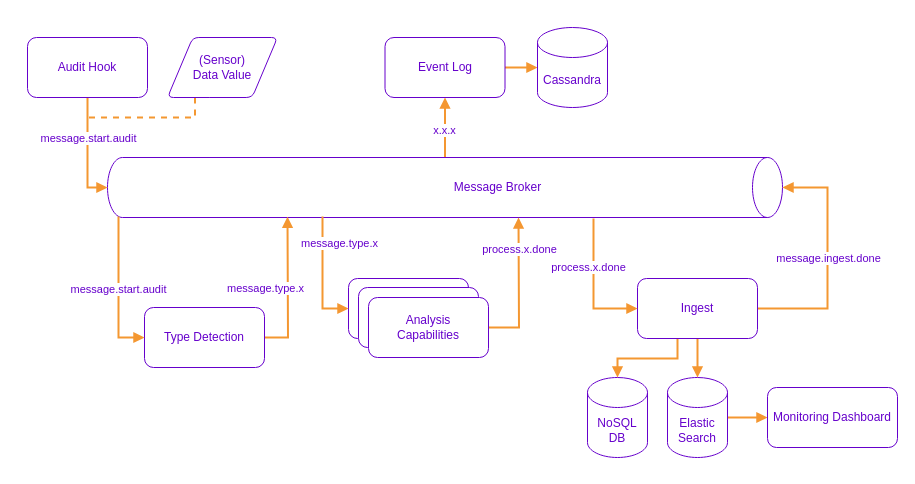
Above: page "Page-2" (2 of 2) of rabbit_connections.drawio in gullskatten/BPMN-models (draw.io), before the change. Source tidied: cells renumbered, new cells numbered last; positions are measured from the earlier drawing's top-left corner, leaving out a move shared by most shapes. Both pictures are drawn from the tidied source at 100%, with x=0, y=0 at pixel (27, -151).
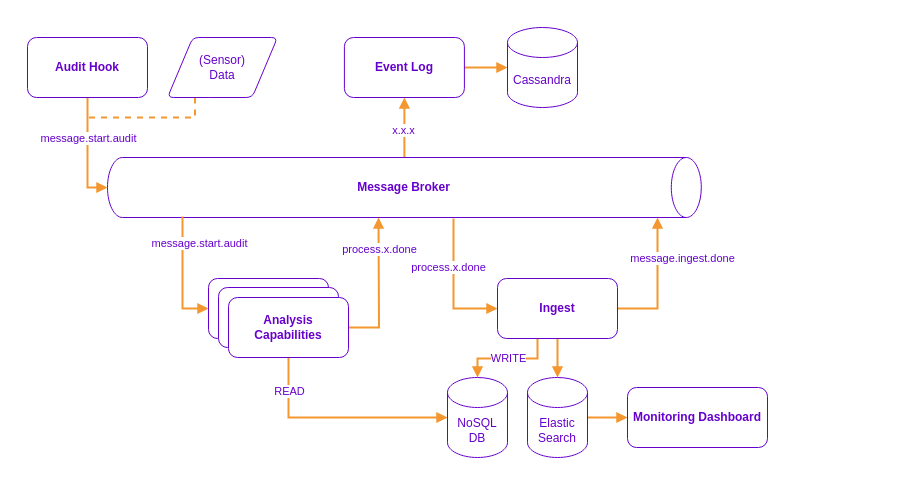
Above is the later version.

The edit, as a diff of the source:
```diff
@@
     <mxCell id="2" style="rounded=0;whiteSpace=wrap;html=1;fontColor=#6600CC;strokeColor=none;fillColor=#FFFFFF;" parent="1" vertex="1">
-      <mxGeometry y="168" width="870" height="450" as="geometry" />
+      <mxGeometry x="-10" y="168" width="750" height="450" as="geometry" />
     </mxCell>
@@
     <mxCell id="5" style="shape=cylinder3;whiteSpace=wrap;html=1;boundedLbl=1;backgroundOutline=1;size=15;fontColor=#663300;strokeColor=#6600CC;rotation=90;fillColor=#FFFFFF;" parent="1" vertex="1">
-      <mxGeometry x="387.5" y="0.5" width="60" height="675" as="geometry" />
+      <mxGeometry x="346.9" y="41.1" width="60" height="593.8" as="geometry" />
     </mxCell>
-    <mxCell id="6" value="&lt;font color=&quot;#6600cc&quot;&gt;Message Broker&lt;/font&gt;" style="text;html=1;strokeColor=none;fillColor=none;align=center;verticalAlign=middle;whiteSpace=wrap;rounded=0;fontColor=#663300;" parent="1" vertex="1">
-      <mxGeometry x="367.5" y="323" width="205" height="30" as="geometry" />
+    <mxCell id="6" value="&lt;font color=&quot;#6600cc&quot;&gt;Message Broker&lt;/font&gt;" style="text;html=1;strokeColor=none;fillColor=none;align=center;verticalAlign=middle;whiteSpace=wrap;rounded=0;fontColor=#663300;fontStyle=1;" parent="1" vertex="1">
+      <mxGeometry x="274.4" y="323" width="205" height="30" as="geometry" />
     </mxCell>
-    <mxCell id="7" style="edgeStyle=orthogonalEdgeStyle;rounded=0;jettySize=auto;html=1;entryX=0.988;entryY=0.678;entryDx=0;entryDy=0;entryPerimeter=0;fontColor=#6600CC;endArrow=block;endFill=1;strokeColor=#F49731;strokeWidth=2;exitX=1;exitY=0.5;exitDx=0;exitDy=0;" parent="1" edge="1" source="9">
-      <mxGeometry relative="1" as="geometry">
-        <mxPoint x="260" y="367.3" as="targetPoint" />
-      </mxGeometry>
-    </mxCell>
-    <mxCell id="8" value="message.type.x" style="edgeLabel;html=1;align=center;verticalAlign=middle;fontColor=#6600CC;" parent="7" vertex="1">
-      <mxGeometry x="0.24" y="-1" relative="1" as="geometry">
-        <mxPoint x="-24" y="16" as="offset" />
-      </mxGeometry>
-    </mxCell>
-    <mxCell id="9" value="&lt;font color=&quot;#6600cc&quot;&gt;Type Detection&lt;/font&gt;" style="rounded=1;whiteSpace=wrap;html=1;fontColor=#663300;strokeColor=#6600CC;fillColor=#FFFFFF;" parent="1" vertex="1">
-      <mxGeometry x="117" y="458" width="120" height="60" as="geometry" />
-    </mxCell>
-    <mxCell id="10" style="endArrow=block;html=1;rounded=0;fontColor=#6600CC;strokeColor=#F49731;strokeWidth=2;endFill=1;entryX=0;entryY=0.5;entryDx=0;entryDy=0;edgeStyle=orthogonalEdgeStyle;" parent="1" edge="1" target="9">
-      <mxGeometry relative="1" as="geometry">
-        <mxPoint x="91" y="367" as="sourcePoint" />
-        <Array as="points">
-          <mxPoint x="91" y="367" />
-          <mxPoint x="91" y="458" />
-        </Array>
-      </mxGeometry>
-    </mxCell>
-    <mxCell id="11" value="message.start.audit" style="edgeLabel;html=1;align=center;verticalAlign=middle;fontColor=#6600CC;" parent="10" vertex="1">
-      <mxGeometry x="-0.38" y="-1" relative="1" as="geometry">
-        <mxPoint y="26" as="offset" />
-      </mxGeometry>
-    </mxCell>
     <mxCell id="12" style="rounded=1;whiteSpace=wrap;html=1;fontColor=#663300;strokeColor=#6600CC;fillColor=#FFFFFF;" parent="1" vertex="1">
-      <mxGeometry x="321" y="429" width="120" height="60" as="geometry" />
+      <mxGeometry x="181" y="429" width="120" height="60" as="geometry" />
     </mxCell>
     <mxCell id="13" style="rounded=1;whiteSpace=wrap;html=1;fontColor=#663300;strokeColor=#6600CC;fillColor=#FFFFFF;" parent="1" vertex="1">
-      <mxGeometry x="331" y="438" width="120" height="60" as="geometry" />
+      <mxGeometry x="191" y="438" width="120" height="60" as="geometry" />
     </mxCell>
     <mxCell id="14" style="edgeStyle=orthogonalEdgeStyle;rounded=0;jettySize=auto;html=1;fontColor=#6600CC;endArrow=block;endFill=1;strokeColor=#F49731;strokeWidth=2;" parent="1" edge="1" source="16">
       <mxGeometry relative="1" as="geometry">
-        <mxPoint x="491" y="368" as="targetPoint" />
+        <mxPoint x="351" y="368" as="targetPoint" />
       </mxGeometry>
     </mxCell>
@@
+    <mxCell id="38" style="edgeStyle=orthogonalEdgeStyle;rounded=0;jettySize=auto;html=1;entryX=0;entryY=0.5;entryDx=0;entryDy=0;entryPerimeter=0;fontColor=#6600CC;endArrow=block;endFill=1;strokeColor=#F49731;strokeWidth=2;exitX=0.5;exitY=1;exitDx=0;exitDy=0;" parent="1" edge="1" source="16" target="37">
+      <mxGeometry relative="1" as="geometry" />
+    </mxCell>
+    <mxCell id="39" value="READ" style="edgeLabel;html=1;align=center;verticalAlign=middle;fontColor=#6600CC;" parent="38" vertex="1">
+      <mxGeometry x="-0.69" relative="1" as="geometry">
+        <mxPoint y="-1" as="offset" />
+      </mxGeometry>
+    </mxCell>
-    <mxCell id="16" value="&lt;font color=&quot;#6600cc&quot;&gt;Analysis&lt;br&gt;Capabilities&lt;/font&gt;" style="rounded=1;whiteSpace=wrap;html=1;fontColor=#663300;strokeColor=#6600CC;fillColor=#FFFFFF;" parent="1" vertex="1">
-      <mxGeometry x="341" y="448" width="120" height="60" as="geometry" />
+    <mxCell id="16" value="&lt;font color=&quot;#6600cc&quot;&gt;Analysis&lt;br&gt;Capabilities&lt;/font&gt;" style="rounded=1;whiteSpace=wrap;html=1;fontColor=#663300;strokeColor=#6600CC;fillColor=#FFFFFF;fontStyle=1;" parent="1" vertex="1">
+      <mxGeometry x="201" y="448" width="120" height="60" as="geometry" />
     </mxCell>
     <mxCell id="17" style="endArrow=block;html=1;rounded=0;fontColor=#6600CC;strokeColor=#F49731;strokeWidth=2;endFill=1;exitX=0.983;exitY=0.884;exitDx=0;exitDy=0;exitPerimeter=0;entryX=0;entryY=0.5;entryDx=0;entryDy=0;edgeStyle=orthogonalEdgeStyle;" parent="1" edge="1" target="12">
       <mxGeometry relative="1" as="geometry">
-        <mxPoint x="296" y="368" as="sourcePoint" />
+        <mxPoint x="156" y="368" as="sourcePoint" />
         <Array as="points">
-          <mxPoint x="295" y="368" />
-          <mxPoint x="295" y="459" />
+          <mxPoint x="155" y="368" />
+          <mxPoint x="155" y="459" />
         </Array>
       </mxGeometry>
     </mxCell>
-    <mxCell id="18" value="message.type.x" style="edgeLabel;html=1;align=center;verticalAlign=middle;fontColor=#6600CC;" parent="17" vertex="1">
+    <mxCell id="18" value="message.start.audit" style="edgeLabel;html=1;align=center;verticalAlign=middle;fontColor=#6600CC;" parent="17" vertex="1">
       <mxGeometry x="-0.3" y="1" relative="1" as="geometry">
         <mxPoint x="15" y="-15" as="offset" />
       </mxGeometry>
     </mxCell>
@@
-    <mxCell id="20" style="edgeStyle=orthogonalEdgeStyle;rounded=0;jettySize=auto;html=1;entryX=0.5;entryY=0;entryDx=0;entryDy=0;entryPerimeter=0;fontColor=#6600CC;endArrow=block;endFill=1;strokeColor=#F49731;strokeWidth=2;exitX=1;exitY=0.5;exitDx=0;exitDy=0;" parent="1" edge="1" source="23" target="5">
+    <mxCell id="20" style="edgeStyle=orthogonalEdgeStyle;rounded=0;jettySize=auto;html=1;fontColor=#6600CC;endArrow=block;endFill=1;strokeColor=#F49731;strokeWidth=2;exitX=1;exitY=0.5;exitDx=0;exitDy=0;" parent="1" edge="1" source="23">
       <mxGeometry relative="1" as="geometry">
+        <mxPoint x="630" y="368" as="targetPoint" />
         <Array as="points">
-          <mxPoint x="800" y="459" />
-          <mxPoint x="800" y="338" />
+          <mxPoint x="630" y="459" />
         </Array>
       </mxGeometry>
     </mxCell>
@@
     <mxCell id="22" style="edgeStyle=orthogonalEdgeStyle;rounded=0;jettySize=auto;html=1;entryX=0.5;entryY=0;entryDx=0;entryDy=0;entryPerimeter=0;fontColor=#6600CC;endArrow=block;endFill=1;strokeColor=#F49731;strokeWidth=2;" parent="1" edge="1" source="23" target="37">
       <mxGeometry relative="1" as="geometry">
         <Array as="points">
-          <mxPoint x="650" y="509" />
-          <mxPoint x="590" y="509" />
+          <mxPoint x="510" y="509" />
+          <mxPoint x="450" y="509" />
         </Array>
       </mxGeometry>
     </mxCell>
+    <mxCell id="40" value="WRITE" style="edgeLabel;html=1;align=center;verticalAlign=middle;fontColor=#6600CC;" parent="22" vertex="1">
+      <mxGeometry x="0.03" relative="1" as="geometry">
+        <mxPoint x="1" y="-1" as="offset" />
+      </mxGeometry>
+    </mxCell>
-    <mxCell id="23" value="&lt;font color=&quot;#6600cc&quot;&gt;Ingest&lt;/font&gt;" style="rounded=1;whiteSpace=wrap;html=1;fontColor=#663300;strokeColor=#6600CC;fillColor=#FFFFFF;" parent="1" vertex="1">
-      <mxGeometry x="610" y="429" width="120" height="60" as="geometry" />
+    <mxCell id="23" value="&lt;font color=&quot;#6600cc&quot;&gt;Ingest&lt;/font&gt;" style="rounded=1;whiteSpace=wrap;html=1;fontColor=#663300;strokeColor=#6600CC;fillColor=#FFFFFF;fontStyle=1;" parent="1" vertex="1">
+      <mxGeometry x="470" y="429" width="120" height="60" as="geometry" />
     </mxCell>
     <mxCell id="24" style="endArrow=block;html=1;rounded=0;fontColor=#6600CC;strokeColor=#F49731;strokeWidth=2;endFill=1;entryX=0;entryY=0.5;entryDx=0;entryDy=0;edgeStyle=orthogonalEdgeStyle;" parent="1" edge="1" target="23">
       <mxGeometry relative="1" as="geometry">
-        <mxPoint x="566" y="369" as="sourcePoint" />
+        <mxPoint x="426" y="369" as="sourcePoint" />
         <Array as="points">
-          <mxPoint x="566" y="459" />
+          <mxPoint x="426" y="459" />
         </Array>
       </mxGeometry>
     </mxCell>
@@
-    <mxCell id="27" value="&lt;font color=&quot;#6600cc&quot;&gt;Event Log&lt;/font&gt;" style="rounded=1;whiteSpace=wrap;html=1;fontColor=#663300;strokeColor=#6600CC;fillColor=#FFFFFF;" parent="1" vertex="1">
-      <mxGeometry x="357.5" y="188" width="120" height="60" as="geometry" />
+    <mxCell id="27" value="&lt;font color=&quot;#6600cc&quot;&gt;Event Log&lt;/font&gt;" style="rounded=1;whiteSpace=wrap;html=1;fontColor=#663300;strokeColor=#6600CC;fillColor=#FFFFFF;fontStyle=1;" parent="1" vertex="1">
+      <mxGeometry x="316.9" y="188" width="120" height="60" as="geometry" />
     </mxCell>
     <mxCell id="28" value="Cassandra" style="shape=cylinder3;whiteSpace=wrap;html=1;boundedLbl=1;backgroundOutline=1;size=15;fontColor=#6600CC;strokeColor=#6600CC;fillColor=#FFFFFF;" parent="1" vertex="1">
-      <mxGeometry x="510" y="178" width="70" height="80" as="geometry" />
+      <mxGeometry x="480" y="178" width="70" height="80" as="geometry" />
     </mxCell>
@@
     <mxCell id="30" value="Elastic&lt;br&gt;Search" style="shape=cylinder3;whiteSpace=wrap;html=1;boundedLbl=1;backgroundOutline=1;size=15;fontColor=#6600CC;strokeColor=#6600CC;fillColor=#FFFFFF;" parent="1" vertex="1">
-      <mxGeometry x="640" y="528" width="60" height="80" as="geometry" />
+      <mxGeometry x="500" y="528" width="60" height="80" as="geometry" />
     </mxCell>
-    <mxCell id="31" value="&lt;font color=&quot;#6600cc&quot;&gt;Monitoring Dashboard&lt;/font&gt;" style="rounded=1;whiteSpace=wrap;html=1;fontColor=#663300;strokeColor=#6600CC;fillColor=#FFFFFF;" parent="1" vertex="1">
-      <mxGeometry x="740" y="538" width="130" height="60" as="geometry" />
+    <mxCell id="31" value="&lt;font color=&quot;#6600cc&quot;&gt;Monitoring Dashboard&lt;/font&gt;" style="rounded=1;whiteSpace=wrap;html=1;fontColor=#663300;strokeColor=#6600CC;fillColor=#FFFFFF;fontStyle=1;" parent="1" vertex="1">
+      <mxGeometry x="600" y="538" width="140" height="60" as="geometry" />
     </mxCell>
@@
-    <mxCell id="34" value="&lt;font color=&quot;#6600cc&quot;&gt;Audit Hook&lt;/font&gt;" style="rounded=1;whiteSpace=wrap;html=1;fontColor=#663300;strokeColor=#6600CC;fillColor=#FFFFFF;" parent="1" vertex="1">
+    <mxCell id="34" value="&lt;font color=&quot;#6600cc&quot;&gt;Audit Hook&lt;/font&gt;" style="rounded=1;whiteSpace=wrap;html=1;fontColor=#663300;strokeColor=#6600CC;fillColor=#FFFFFF;fontStyle=1;" parent="1" vertex="1">
       <mxGeometry y="188" width="120" height="60" as="geometry" />
     </mxCell>
@@
-    <mxCell id="36" value="&lt;font color=&quot;#6600cc&quot;&gt;(Sensor)&lt;br&gt;Data Value&lt;/font&gt;" style="shape=parallelogram;html=1;strokeWidth=1;perimeter=parallelogramPerimeter;whiteSpace=wrap;rounded=1;arcSize=12;size=0.23;fontSize=12;fillColor=#FFFFFF;align=center;strokeColor=#6600CC;" parent="1" vertex="1">
+    <mxCell id="36" value="&lt;font color=&quot;#6600cc&quot;&gt;(Sensor)&lt;br&gt;Data&lt;/font&gt;" style="shape=parallelogram;html=1;strokeWidth=1;perimeter=parallelogramPerimeter;whiteSpace=wrap;rounded=1;arcSize=12;size=0.23;fontSize=12;fillColor=#FFFFFF;align=center;strokeColor=#6600CC;" parent="1" vertex="1">
       <mxGeometry x="140" y="188" width="110" height="60" as="geometry" />
     </mxCell>
     <mxCell id="37" value="NoSQL&lt;br&gt;DB" style="shape=cylinder3;whiteSpace=wrap;html=1;boundedLbl=1;backgroundOutline=1;size=15;fontColor=#6600CC;strokeColor=#6600CC;fillColor=#FFFFFF;" parent="1" vertex="1">
-      <mxGeometry x="560" y="528" width="60" height="80" as="geometry" />
+      <mxGeometry x="420" y="528" width="60" height="80" as="geometry" />
     </mxCell>
```
